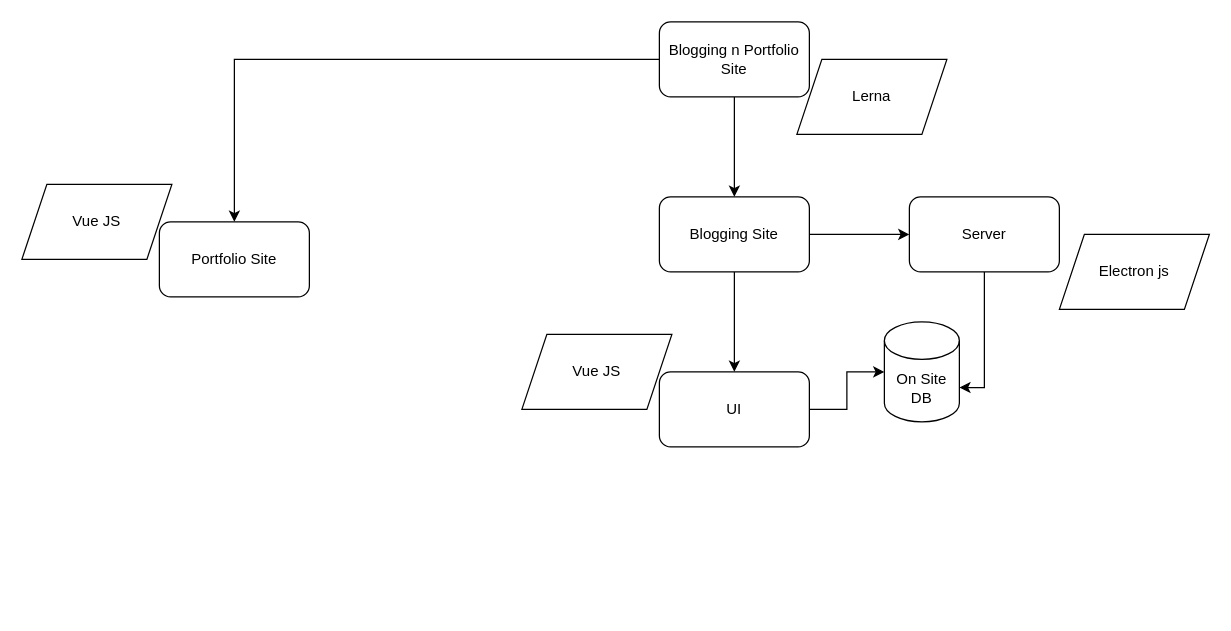
Above: Project/Blogging Site/Blogging Site.drawio in SanjeetDutt/Technology-Stack (draw.io), before the change. Source tidied: cells renumbered, new cells numbered last; positions are measured from the earlier drawing's top-left corner, leaving out a move shared by most shapes. Both pictures are drawn from the tidied source at 125%, with x=0, y=0 at pixel (21, 21).
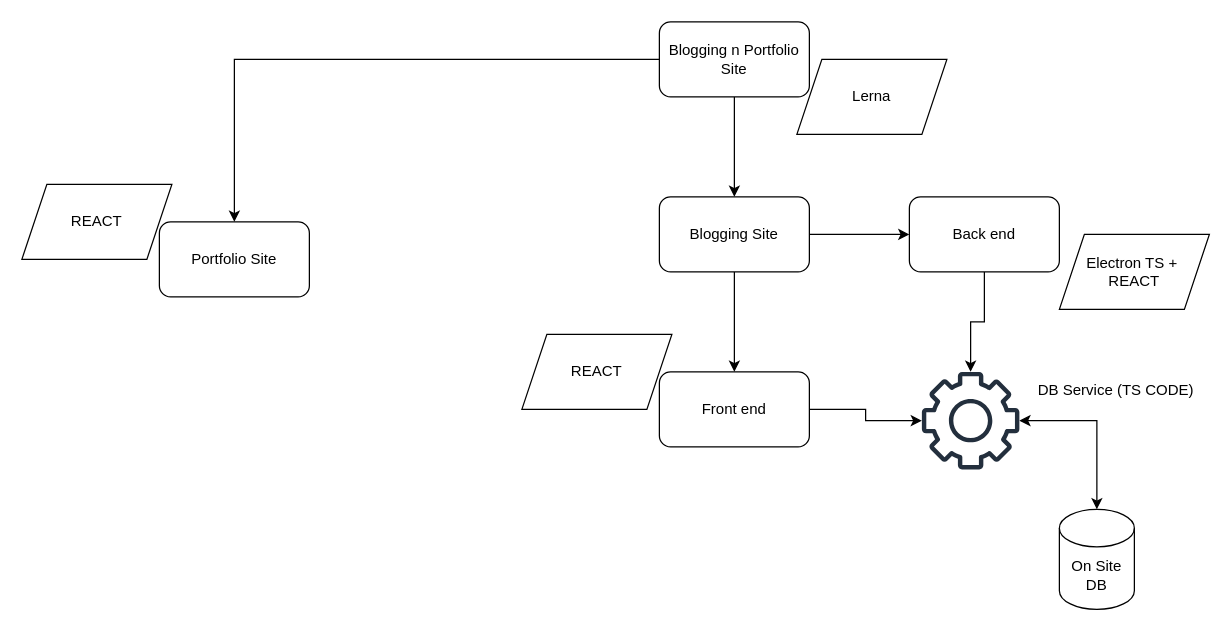
The same page after the edit.

Diff of the diagram source:
```diff
@@
+    <mxCell id="18" style="edgeStyle=orthogonalEdgeStyle;rounded=0;jettySize=auto;html=1;" parent="1" edge="1" source="9" target="21">
+      <mxGeometry relative="1" as="geometry" />
+    </mxCell>
-    <mxCell id="9" value="Server" style="rounded=1;whiteSpace=wrap;html=1;" parent="1" vertex="1">
+    <mxCell id="9" value="Back end" style="rounded=1;whiteSpace=wrap;html=1;" parent="1" vertex="1">
       <mxGeometry x="710" y="140" width="120" height="60" as="geometry" />
     </mxCell>
+    <mxCell id="19" style="edgeStyle=orthogonalEdgeStyle;rounded=0;jettySize=auto;html=1;" parent="1" edge="1" source="10" target="21">
+      <mxGeometry relative="1" as="geometry" />
+    </mxCell>
-    <mxCell id="10" value="UI" style="rounded=1;whiteSpace=wrap;html=1;" parent="1" vertex="1">
+    <mxCell id="10" value="Front end" style="rounded=1;whiteSpace=wrap;html=1;" parent="1" vertex="1">
       <mxGeometry x="510" y="280" width="120" height="60" as="geometry" />
     </mxCell>
     <mxCell id="11" value="On Site DB" style="shape=cylinder3;whiteSpace=wrap;html=1;boundedLbl=1;backgroundOutline=1;size=15;" parent="1" vertex="1">
-      <mxGeometry x="690" y="240" width="60" height="80" as="geometry" />
+      <mxGeometry x="830" y="390" width="60" height="80" as="geometry" />
     </mxCell>
-    <mxCell id="12" style="edgeStyle=orthogonalEdgeStyle;rounded=0;jettySize=auto;html=1;entryX=1;entryY=0;entryDx=0;entryDy=52.5;entryPerimeter=0;" parent="1" edge="1" source="9" target="11">
-      <mxGeometry relative="1" as="geometry" />
-    </mxCell>
-    <mxCell id="13" style="edgeStyle=orthogonalEdgeStyle;rounded=0;jettySize=auto;html=1;entryX=0;entryY=0.5;entryDx=0;entryDy=0;entryPerimeter=0;" parent="1" edge="1" source="10" target="11">
-      <mxGeometry relative="1" as="geometry" />
-    </mxCell>
-    <mxCell id="14" value="Electron js" style="shape=parallelogram;perimeter=parallelogramPerimeter;whiteSpace=wrap;html=1;fixedSize=1;" parent="1" vertex="1">
+    <mxCell id="14" value="Electron TS +&amp;nbsp;&lt;br&gt;REACT" style="shape=parallelogram;perimeter=parallelogramPerimeter;whiteSpace=wrap;html=1;fixedSize=1;" parent="1" vertex="1">
       <mxGeometry x="830" y="170" width="120" height="60" as="geometry" />
     </mxCell>
-    <mxCell id="15" value="Vue JS" style="shape=parallelogram;perimeter=parallelogramPerimeter;whiteSpace=wrap;html=1;fixedSize=1;" parent="1" vertex="1">
+    <mxCell id="15" value="REACT" style="shape=parallelogram;perimeter=parallelogramPerimeter;whiteSpace=wrap;html=1;fixedSize=1;" parent="1" vertex="1">
       <mxGeometry x="400" y="250" width="120" height="60" as="geometry" />
     </mxCell>
@@
-    <mxCell id="17" value="Vue JS" style="shape=parallelogram;perimeter=parallelogramPerimeter;whiteSpace=wrap;html=1;fixedSize=1;" parent="1" vertex="1">
+    <mxCell id="17" value="REACT" style="shape=parallelogram;perimeter=parallelogramPerimeter;whiteSpace=wrap;html=1;fixedSize=1;" parent="1" vertex="1">
       <mxGeometry y="130" width="120" height="60" as="geometry" />
     </mxCell>
+    <mxCell id="20" style="edgeStyle=orthogonalEdgeStyle;rounded=0;jettySize=auto;html=1;startArrow=classic;startFill=1;" parent="1" edge="1" source="21" target="11">
+      <mxGeometry relative="1" as="geometry" />
+    </mxCell>
+    <mxCell id="21" style="sketch=0;outlineConnect=0;fontColor=#232F3E;gradientColor=none;fillColor=#232F3D;strokeColor=none;dashed=0;verticalLabelPosition=bottom;verticalAlign=top;align=center;html=1;fontSize=12;fontStyle=0;shape=mxgraph.aws4.gear;" parent="1" vertex="1">
+      <mxGeometry x="720" y="280" width="78" height="78" as="geometry" />
+    </mxCell>
+    <mxCell id="22" value="DB Service (TS CODE)" style="text;html=1;align=center;verticalAlign=middle;strokeColor=none;fillColor=none;" parent="1" vertex="1">
+      <mxGeometry x="800" y="280" width="150" height="30" as="geometry" />
+    </mxCell>
```
